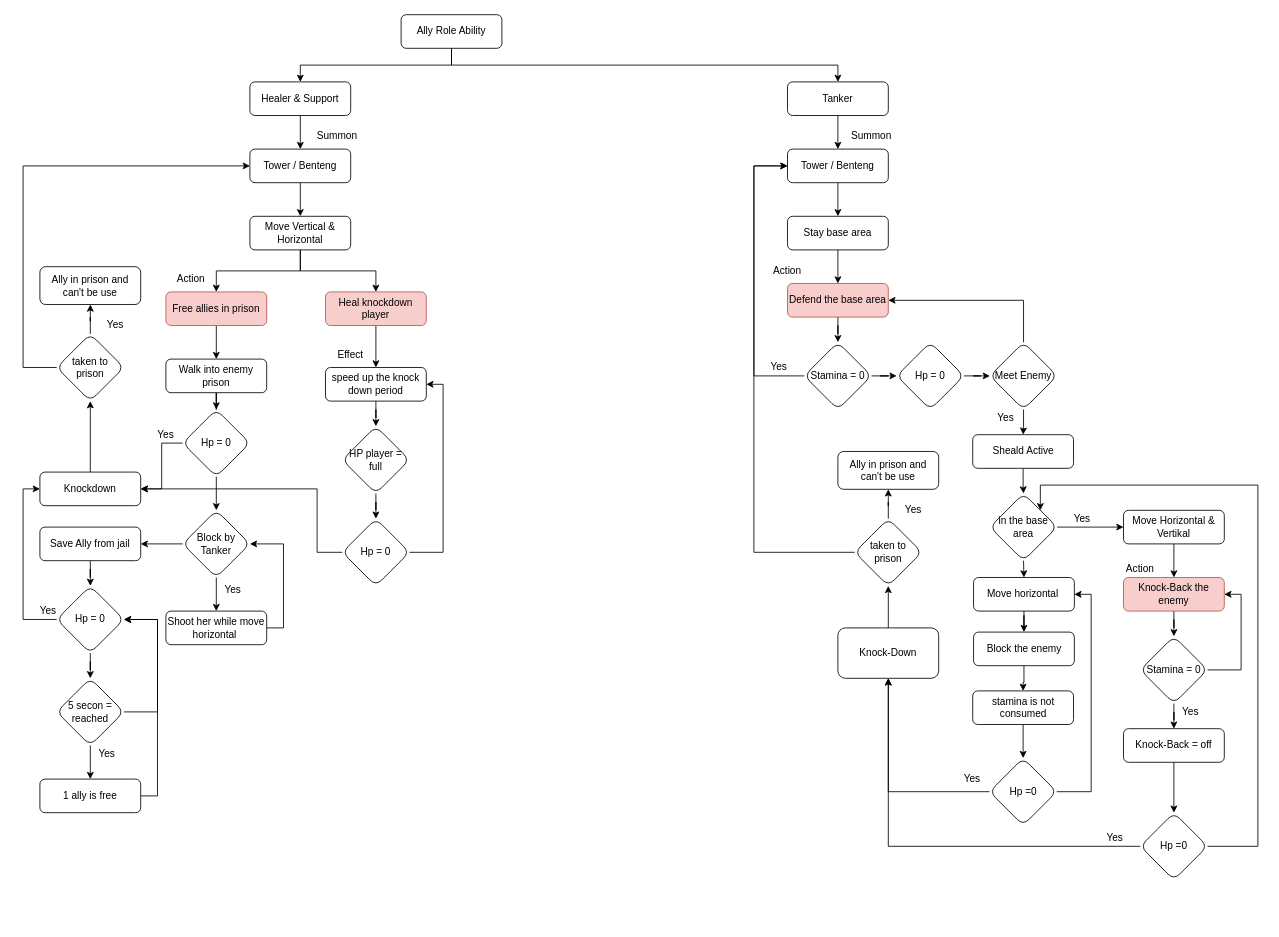
The draw.io diagram Untitled Diagram.drawio in RioEka/S5, before the edit. Source tidied: cells renumbered, new cells numbered last; positions are measured from the earlier drawing's top-left corner, leaving out a move shared by most shapes. Both pictures are drawn from the tidied source at 84%, with x=0, y=0 at pixel (23, 14).
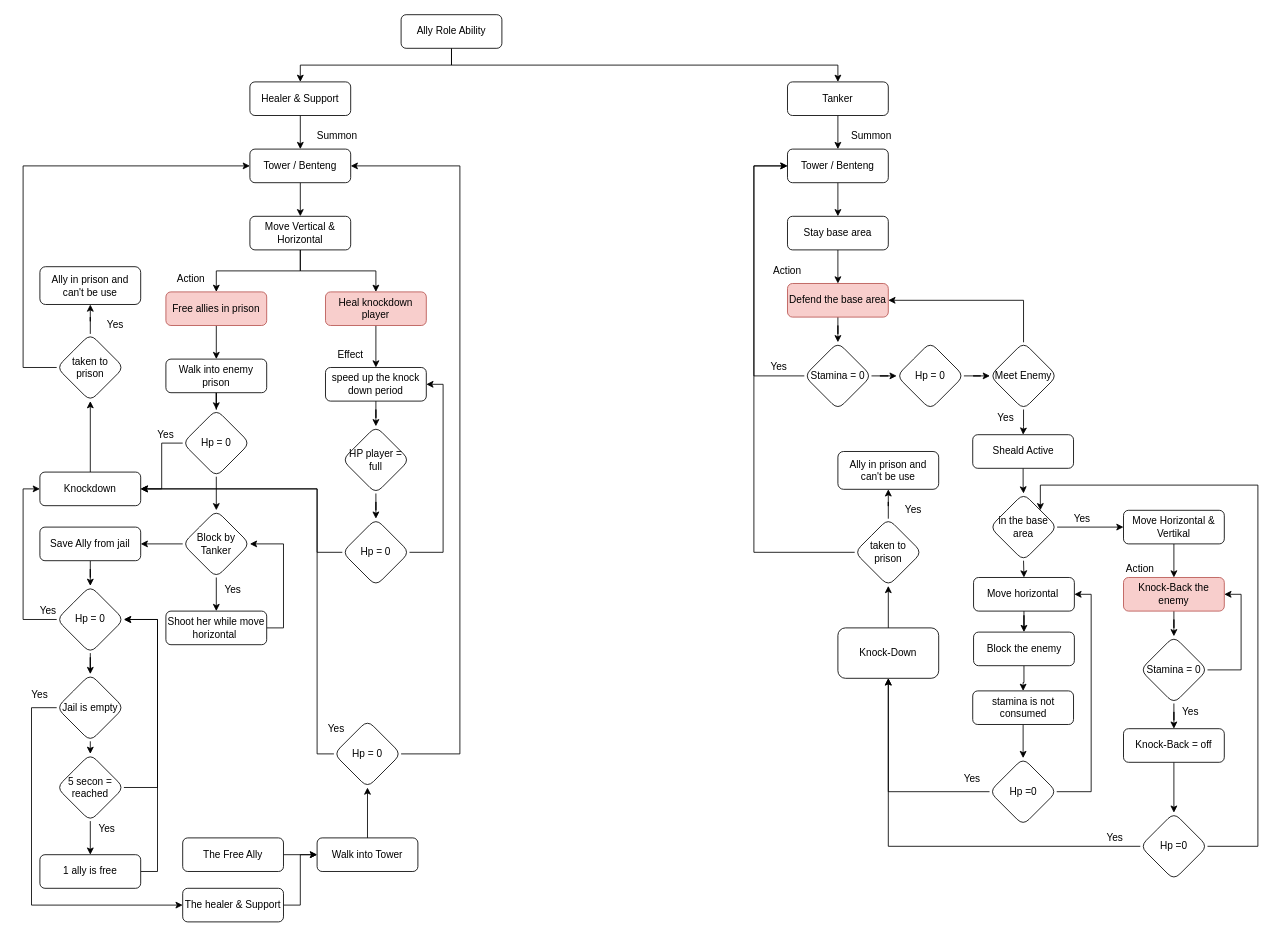
The same page after the edit.

The change refers to these unchanged cells:
```xml
<mxCell id="18" value="Tower / Benteng" style="rounded=1;whiteSpace=wrap;html=1;fontSize=12;glass=0;strokeWidth=1;shadow=0;" parent="1" vertex="1">
  <mxGeometry x="270" y="160" width="120" height="40" as="geometry" />
</mxCell>
<mxCell id="29" value="Knockdown" style="rounded=1;whiteSpace=wrap;html=1;fontSize=12;glass=0;strokeWidth=1;shadow=0;" parent="1" vertex="1">
  <mxGeometry x="20" y="544.5" width="120" height="40" as="geometry" />
</mxCell>
<mxCell id="43" value="Hp = 0" style="rhombus;whiteSpace=wrap;html=1;rounded=1;glass=0;strokeWidth=1;shadow=0;" parent="1" vertex="1">
  <mxGeometry x="40" y="680" width="80" height="80" as="geometry" />
</mxCell>
```

The edit, as a diff of the source:
```diff
@@
-    <mxCell id="41" style="edgeStyle=orthogonalEdgeStyle;rounded=0;jettySize=auto;html=1;" parent="1" edge="1" source="43" target="46">
-      <mxGeometry relative="1" as="geometry" />
-    </mxCell>
@@
+    <mxCell id="115" style="edgeStyle=orthogonalEdgeStyle;rounded=0;jettySize=auto;html=1;" parent="1" edge="1" source="43" target="124">
+      <mxGeometry relative="1" as="geometry" />
+    </mxCell>
@@
     <mxCell id="45" style="edgeStyle=orthogonalEdgeStyle;rounded=0;jettySize=auto;html=1;exitX=1;exitY=0.5;exitDx=0;exitDy=0;entryX=1;entryY=0.5;entryDx=0;entryDy=0;" parent="1" edge="1" source="46" target="43">
       <mxGeometry relative="1" as="geometry">
         <Array as="points">
-          <mxPoint x="160" y="830" />
+          <mxPoint x="160" y="920" />
           <mxPoint x="160" y="720" />
         </Array>
       </mxGeometry>
     </mxCell>
     <mxCell id="46" value="5 secon = reached" style="rhombus;whiteSpace=wrap;html=1;rounded=1;glass=0;strokeWidth=1;shadow=0;" parent="1" vertex="1">
-      <mxGeometry x="40" y="790" width="80" height="80" as="geometry" />
+      <mxGeometry x="40" y="880" width="80" height="80" as="geometry" />
     </mxCell>
@@
     <mxCell id="48" value="1 ally is free" style="whiteSpace=wrap;html=1;rounded=1;glass=0;strokeWidth=1;shadow=0;" parent="1" vertex="1">
-      <mxGeometry x="20" y="910" width="120" height="40" as="geometry" />
+      <mxGeometry x="20" y="1000" width="120" height="40" as="geometry" />
     </mxCell>
@@
     <mxCell id="50" value="Yes" style="text;html=1;strokeColor=none;fillColor=none;align=center;verticalAlign=middle;whiteSpace=wrap;rounded=0;" parent="1" vertex="1">
-      <mxGeometry x="70" y="870" width="60" height="20" as="geometry" />
+      <mxGeometry x="70" y="960" width="60" height="20" as="geometry" />
     </mxCell>
@@
+    <mxCell id="116" style="edgeStyle=orthogonalEdgeStyle;rounded=0;jettySize=auto;html=1;exitX=1;exitY=0.5;exitDx=0;exitDy=0;entryX=0;entryY=0.5;entryDx=0;entryDy=0;" parent="1" edge="1" source="117" target="121">
+      <mxGeometry relative="1" as="geometry" />
+    </mxCell>
+    <mxCell id="117" value="The Free Ally" style="whiteSpace=wrap;html=1;rounded=1;glass=0;strokeWidth=1;shadow=0;" parent="1" vertex="1">
+      <mxGeometry x="190" y="980" width="120" height="40" as="geometry" />
+    </mxCell>
+    <mxCell id="118" style="edgeStyle=orthogonalEdgeStyle;rounded=0;jettySize=auto;html=1;exitX=1;exitY=0.5;exitDx=0;exitDy=0;entryX=0;entryY=0.5;entryDx=0;entryDy=0;" parent="1" edge="1" source="119" target="121">
+      <mxGeometry relative="1" as="geometry" />
+    </mxCell>
+    <mxCell id="119" value="The healer &amp;amp; Support" style="whiteSpace=wrap;html=1;rounded=1;glass=0;strokeWidth=1;shadow=0;" parent="1" vertex="1">
+      <mxGeometry x="190" y="1040" width="120" height="40" as="geometry" />
+    </mxCell>
+    <mxCell id="120" style="edgeStyle=orthogonalEdgeStyle;rounded=0;jettySize=auto;html=1;" parent="1" edge="1" source="121" target="127">
+      <mxGeometry relative="1" as="geometry" />
+    </mxCell>
+    <mxCell id="121" value="Walk into Tower" style="whiteSpace=wrap;html=1;rounded=1;glass=0;strokeWidth=1;shadow=0;" parent="1" vertex="1">
+      <mxGeometry x="350" y="980" width="120" height="40" as="geometry" />
+    </mxCell>
+    <mxCell id="122" style="edgeStyle=orthogonalEdgeStyle;rounded=0;jettySize=auto;html=1;exitX=0.5;exitY=1;exitDx=0;exitDy=0;entryX=0.5;entryY=0;entryDx=0;entryDy=0;" parent="1" edge="1" source="124" target="46">
+      <mxGeometry relative="1" as="geometry" />
+    </mxCell>
+    <mxCell id="123" style="edgeStyle=orthogonalEdgeStyle;rounded=0;jettySize=auto;html=1;exitX=0;exitY=0.5;exitDx=0;exitDy=0;entryX=0;entryY=0.5;entryDx=0;entryDy=0;" parent="1" edge="1" source="124" target="119">
+      <mxGeometry relative="1" as="geometry">
+        <Array as="points">
+          <mxPoint x="10" y="825" />
+          <mxPoint x="10" y="1060" />
+        </Array>
+      </mxGeometry>
+    </mxCell>
+    <mxCell id="124" value="Jail is empty" style="rhombus;whiteSpace=wrap;html=1;rounded=1;glass=0;strokeWidth=1;shadow=0;" parent="1" vertex="1">
+      <mxGeometry x="40" y="785" width="80" height="80" as="geometry" />
+    </mxCell>
+    <mxCell id="125" style="edgeStyle=orthogonalEdgeStyle;rounded=0;jettySize=auto;html=1;exitX=1;exitY=0.5;exitDx=0;exitDy=0;entryX=1;entryY=0.5;entryDx=0;entryDy=0;" parent="1" edge="1" source="127" target="18">
+      <mxGeometry relative="1" as="geometry">
+        <Array as="points">
+          <mxPoint x="520" y="880" />
+          <mxPoint x="520" y="180" />
+        </Array>
+      </mxGeometry>
+    </mxCell>
+    <mxCell id="126" style="edgeStyle=orthogonalEdgeStyle;rounded=0;jettySize=auto;html=1;exitX=0;exitY=0.5;exitDx=0;exitDy=0;entryX=1;entryY=0.5;entryDx=0;entryDy=0;" parent="1" edge="1" source="127" target="29">
+      <mxGeometry relative="1" as="geometry">
+        <Array as="points">
+          <mxPoint x="350" y="880" />
+          <mxPoint x="350" y="565" />
+        </Array>
+      </mxGeometry>
+    </mxCell>
+    <mxCell id="127" value="Hp = 0" style="rhombus;whiteSpace=wrap;html=1;rounded=1;glass=0;strokeWidth=1;shadow=0;" parent="1" vertex="1">
+      <mxGeometry x="370" y="840" width="80" height="80" as="geometry" />
+    </mxCell>
+    <mxCell id="128" value="Yes" style="text;html=1;strokeColor=none;fillColor=none;align=center;verticalAlign=middle;whiteSpace=wrap;rounded=0;" parent="1" vertex="1">
+      <mxGeometry x="-10" y="800" width="60" height="20" as="geometry" />
+    </mxCell>
+    <mxCell id="129" value="Yes" style="text;html=1;strokeColor=none;fillColor=none;align=center;verticalAlign=middle;whiteSpace=wrap;rounded=0;" parent="1" vertex="1">
+      <mxGeometry x="343" y="840" width="60" height="20" as="geometry" />
+    </mxCell>
```
